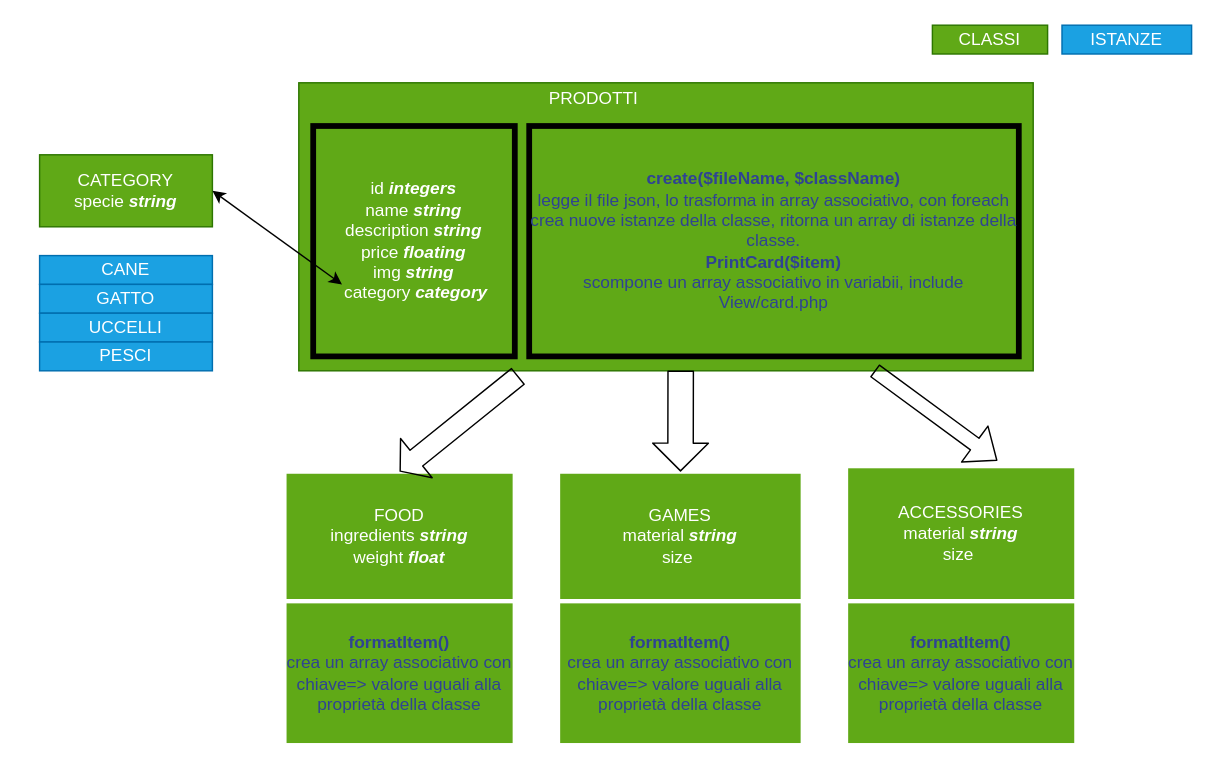
Earlier version of the draw.io diagram product.drawio (Frankosviz/php-oop-2). Source tidied: cells renumbered, new cells numbered last; positions are measured from the earlier drawing's top-left corner, leaving out a move shared by most shapes. Both pictures are drawn from the tidied source at 144%, with x=0, y=0 at pixel (39, 24).
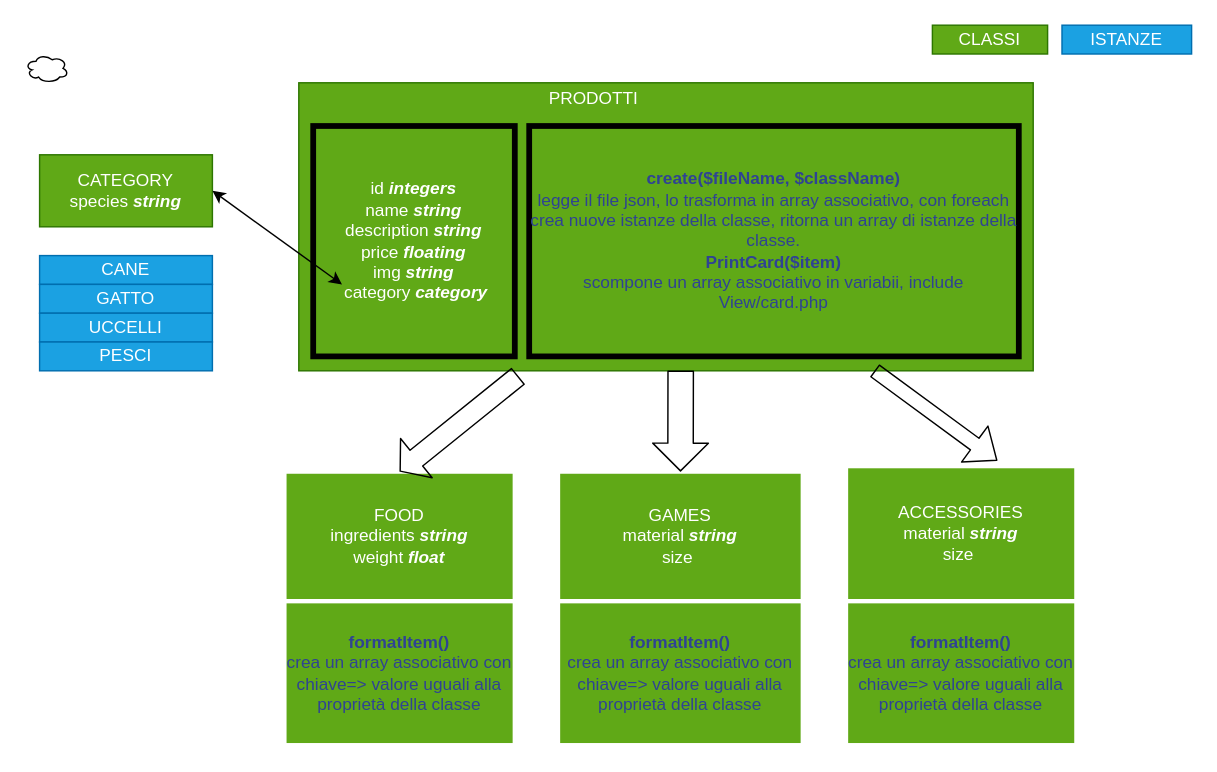
The same page after the edit.

What changed in the source:
```diff
@@
-    <mxCell id="7" value="CATEGORY&lt;br&gt;specie &lt;b&gt;&lt;i&gt;string&lt;/i&gt;&lt;/b&gt;" style="rounded=0;whiteSpace=wrap;html=1;fontColor=#ffffff;fillColor=#60a917;strokeColor=#2D7600;" parent="1" vertex="1">
+    <mxCell id="7" value="CATEGORY&lt;br&gt;species&amp;nbsp;&lt;b&gt;&lt;i&gt;string&lt;/i&gt;&lt;/b&gt;" style="rounded=0;whiteSpace=wrap;html=1;fontColor=#ffffff;fillColor=#60a917;strokeColor=#2D7600;" parent="1" vertex="1">
       <mxGeometry y="90" width="120" height="50" as="geometry" />
     </mxCell>
@@
+    <mxCell id="23" style="ellipse;shape=cloud;whiteSpace=wrap;html=1;" parent="1" vertex="1">
+      <mxGeometry x="-10" y="20" width="30" height="20" as="geometry" />
+    </mxCell>
```
